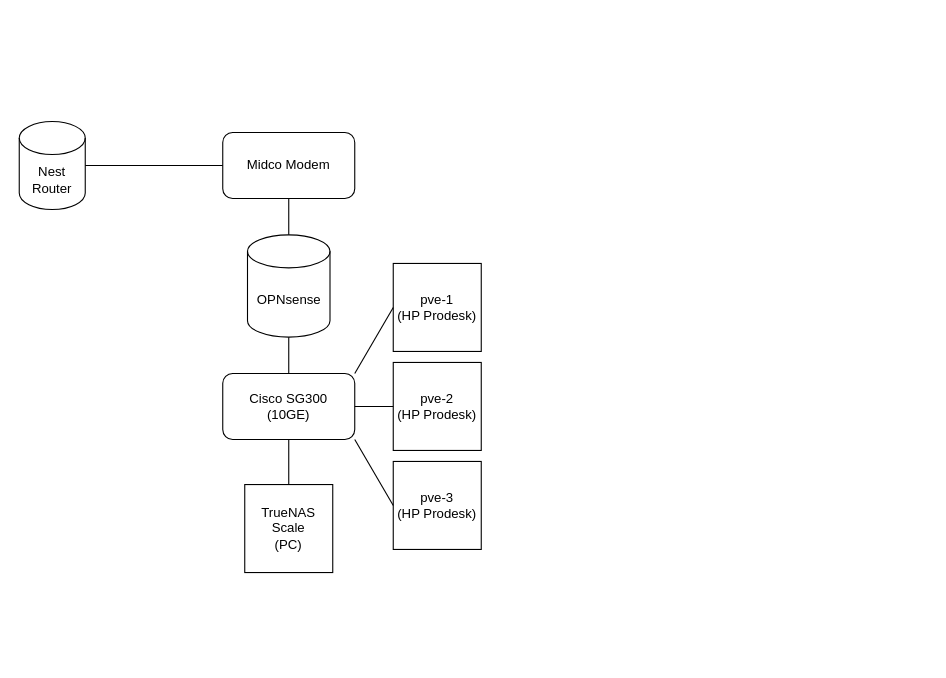
Earlier version of the draw.io diagram Misc/New Lab.drawio (JadenMay/Homelab). Source tidied: cells renumbered, new cells numbered last; positions are measured from the earlier drawing's top-left corner, leaving out a move shared by most shapes. Both pictures are drawn from the tidied source at 110%, with x=0, y=0 at pixel (19, 121).
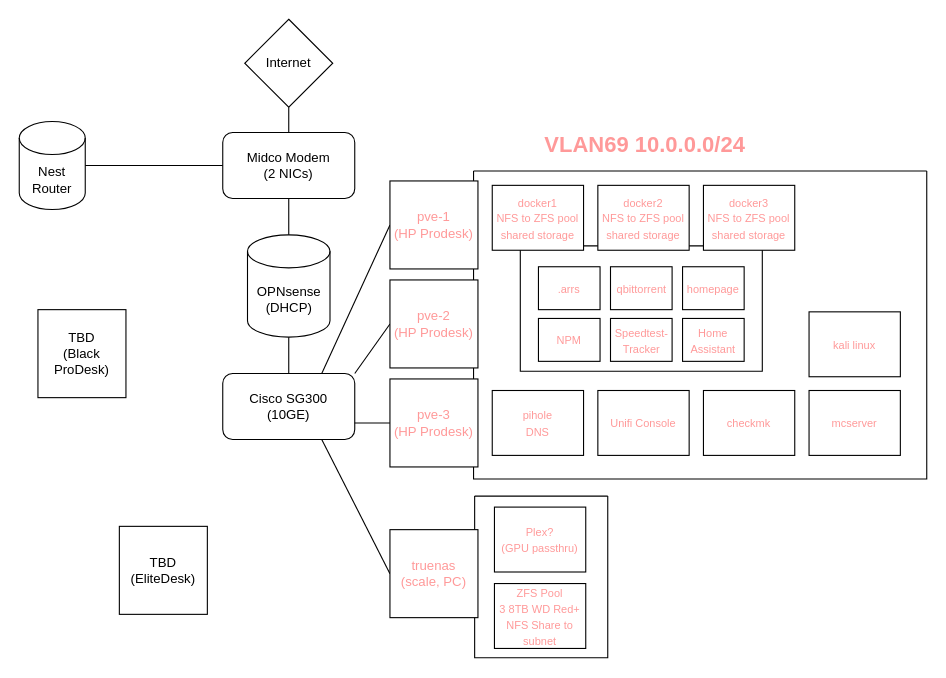
The same page after the edit.

Unchanged cells that the change refers to:
```xml
<mxCell id="6" value="Cisco SG300&lt;div&gt;(10GE)&lt;/div&gt;" style="rounded=1;whiteSpace=wrap;html=1;" parent="1" vertex="1">
  <mxGeometry x="185" y="229" width="120" height="60" as="geometry" />
</mxCell>
```

Diff of the diagram source:
```diff
@@
-    <mxCell id="2" value="OPNsense" style="shape=cylinder3;whiteSpace=wrap;html=1;boundedLbl=1;backgroundOutline=1;size=15;" parent="1" vertex="1">
+    <mxCell id="2" value="OPNsense&lt;div&gt;(DHCP)&lt;/div&gt;" style="shape=cylinder3;whiteSpace=wrap;html=1;boundedLbl=1;backgroundOutline=1;size=15;" parent="1" vertex="1">
       <mxGeometry x="207.5" y="103" width="75" height="93" as="geometry" />
     </mxCell>
-    <mxCell id="3" value="Midco Modem" style="rounded=1;whiteSpace=wrap;html=1;" parent="1" vertex="1">
+    <mxCell id="3" value="Midco Modem&lt;div&gt;(2 NICs)&lt;/div&gt;" style="rounded=1;whiteSpace=wrap;html=1;" parent="1" vertex="1">
       <mxGeometry x="185" y="10" width="120" height="60" as="geometry" />
     </mxCell>
@@
+    <mxCell id="10" style="endArrow=none;html=1;rounded=0;entryX=0.75;entryY=0;entryDx=0;entryDy=0;exitX=0;exitY=0.5;exitDx=0;exitDy=0;" parent="1" edge="1" source="7" target="6">
+      <mxGeometry relative="1" as="geometry" />
+    </mxCell>
+    <mxCell id="11" style="endArrow=none;html=1;rounded=0;entryX=1;entryY=0;entryDx=0;entryDy=0;exitX=0;exitY=0.5;exitDx=0;exitDy=0;" parent="1" edge="1" source="8" target="6">
+      <mxGeometry relative="1" as="geometry" />
+    </mxCell>
+    <mxCell id="14" style="endArrow=none;html=1;rounded=0;entryX=0.75;entryY=1;entryDx=0;entryDy=0;exitX=0;exitY=0.5;exitDx=0;exitDy=0;" parent="1" edge="1" source="13" target="6">
+      <mxGeometry relative="1" as="geometry" />
+    </mxCell>
+    <mxCell id="15" value="Nest Router" style="shape=cylinder3;whiteSpace=wrap;html=1;boundedLbl=1;backgroundOutline=1;size=15;" parent="1" vertex="1">
+      <mxGeometry width="60" height="80" as="geometry" />
+    </mxCell>
+    <mxCell id="16" style="endArrow=none;html=1;rounded=0;entryX=0;entryY=0.5;entryDx=0;entryDy=0;exitX=1;exitY=0.5;exitDx=0;exitDy=0;exitPerimeter=0;" parent="1" edge="1" source="15" target="3">
+      <mxGeometry relative="1" as="geometry" />
+    </mxCell>
+    <mxCell id="17" value="&lt;div&gt;TBD&lt;/div&gt;(EliteDesk)" style="whiteSpace=wrap;html=1;" parent="1" vertex="1">
+      <mxGeometry x="91" y="368" width="80" height="80" as="geometry" />
+    </mxCell>
+    <mxCell id="18" value="&lt;div&gt;TBD&lt;/div&gt;(Black ProDesk)" style="whiteSpace=wrap;html=1;" parent="1" vertex="1">
+      <mxGeometry x="17" y="171" width="80" height="80" as="geometry" />
+    </mxCell>
+    <mxCell id="19" style="endArrow=none;html=1;rounded=0;entryX=0.5;entryY=0;entryDx=0;entryDy=0;exitX=0.5;exitY=1;exitDx=0;exitDy=0;" parent="1" edge="1" source="20" target="3">
+      <mxGeometry relative="1" as="geometry" />
+    </mxCell>
+    <mxCell id="20" value="Internet" style="rhombus;whiteSpace=wrap;html=1;" parent="1" vertex="1">
+      <mxGeometry x="205" y="-93" width="80" height="80" as="geometry" />
+    </mxCell>
+    <mxCell id="21" style="endArrow=none;html=1;rounded=0;entryX=0;entryY=0.5;entryDx=0;entryDy=0;exitX=1;exitY=0.75;exitDx=0;exitDy=0;" parent="1" edge="1" source="6" target="9">
+      <mxGeometry relative="1" as="geometry" />
+    </mxCell>
+    <mxCell id="22" style="group;" parent="1" vertex="1">
+      <mxGeometry x="337" y="-4" width="488" height="491.5" as="geometry" />
+    </mxCell>
+    <mxCell id="23" value="&lt;font style=&quot;font-size: 20px;&quot; color=&quot;#ff9999&quot;&gt;&lt;b&gt;VLAN69 10.0.0.0/24&lt;/b&gt;&lt;/font&gt;" style="text;html=1;align=center;verticalAlign=middle;whiteSpace=wrap;rounded=0;fontSize=14;" parent="22" vertex="1">
+      <mxGeometry x="107" y="9" width="250" height="30" as="geometry" />
+    </mxCell>
+    <mxCell id="24" style="swimlane;startSize=0;fontColor=#FF9999;" parent="22" vertex="1">
+      <mxGeometry x="76" y="49" width="412" height="280" as="geometry" />
+    </mxCell>
-    <mxCell id="7" value="pve-1&lt;div&gt;(HP Prodesk)&lt;/div&gt;" style="whiteSpace=wrap;html=1;" parent="1" vertex="1">
-      <mxGeometry x="340" y="129" width="80" height="80" as="geometry" />
+    <mxCell id="7" value="pve-1&lt;div&gt;(HP Prodesk)&lt;/div&gt;" style="whiteSpace=wrap;html=1;fontColor=#FF9999;" parent="22" vertex="1">
+      <mxGeometry y="58" width="80" height="80" as="geometry" />
     </mxCell>
-    <mxCell id="8" value="pve-2&lt;div&gt;(HP Prodesk)&lt;/div&gt;" style="whiteSpace=wrap;html=1;" parent="1" vertex="1">
-      <mxGeometry x="340" y="219" width="80" height="80" as="geometry" />
+    <mxCell id="8" value="pve-2&lt;div&gt;(HP Prodesk)&lt;/div&gt;" style="whiteSpace=wrap;html=1;fontColor=#FF9999;" parent="22" vertex="1">
+      <mxGeometry y="148" width="80" height="80" as="geometry" />
     </mxCell>
-    <mxCell id="9" value="pve-3&lt;div&gt;(HP Prodesk)&lt;/div&gt;" style="whiteSpace=wrap;html=1;" parent="1" vertex="1">
-      <mxGeometry x="340" y="309" width="80" height="80" as="geometry" />
+    <mxCell id="9" value="pve-3&lt;div&gt;(HP Prodesk)&lt;/div&gt;" style="whiteSpace=wrap;html=1;fontColor=#FF9999;" parent="22" vertex="1">
+      <mxGeometry y="238" width="80" height="80" as="geometry" />
     </mxCell>
-    <mxCell id="10" style="endArrow=none;html=1;rounded=0;entryX=1;entryY=0;entryDx=0;entryDy=0;exitX=0;exitY=0.5;exitDx=0;exitDy=0;" parent="1" edge="1" source="7" target="6">
-      <mxGeometry relative="1" as="geometry" />
-    </mxCell>
-    <mxCell id="11" style="endArrow=none;html=1;rounded=0;entryX=1;entryY=0.5;entryDx=0;entryDy=0;exitX=0;exitY=0.5;exitDx=0;exitDy=0;" parent="1" edge="1" source="8" target="6">
-      <mxGeometry relative="1" as="geometry" />
-    </mxCell>
-    <mxCell id="12" style="endArrow=none;html=1;rounded=0;entryX=1;entryY=1;entryDx=0;entryDy=0;exitX=0;exitY=0.5;exitDx=0;exitDy=0;" parent="1" edge="1" source="9" target="6">
-      <mxGeometry relative="1" as="geometry" />
-    </mxCell>
+    <mxCell id="25" style="swimlane;startSize=0;fontColor=#FF9999;" parent="22" vertex="1">
+      <mxGeometry x="118.5" y="117" width="220" height="114" as="geometry" />
+    </mxCell>
+    <mxCell id="26" value="&lt;span style=&quot;font-size: 10px;&quot;&gt;docker3&lt;/span&gt;&lt;div&gt;&lt;span style=&quot;font-size: 10px;&quot;&gt;NFS to ZFS pool shared storage&lt;/span&gt;&lt;/div&gt;" style="rounded=0;whiteSpace=wrap;html=1;fontColor=#FF9999;" parent="22" vertex="1">
+      <mxGeometry x="285" y="62" width="83" height="59" as="geometry" />
+    </mxCell>
+    <mxCell id="27" value="&lt;span style=&quot;font-size: 10px;&quot;&gt;docker2&lt;/span&gt;&lt;div&gt;&lt;span style=&quot;font-size: 10px;&quot;&gt;NFS to ZFS pool shared storage&lt;/span&gt;&lt;/div&gt;" style="rounded=0;whiteSpace=wrap;html=1;fontColor=#FF9999;" parent="22" vertex="1">
+      <mxGeometry x="189" y="62" width="83" height="59" as="geometry" />
+    </mxCell>
+    <mxCell id="28" value="&lt;span style=&quot;font-size: 10px;&quot;&gt;docker1&lt;/span&gt;&lt;div&gt;&lt;span style=&quot;font-size: 10px;&quot;&gt;NFS to ZFS pool shared storage&lt;/span&gt;&lt;/div&gt;" style="rounded=0;whiteSpace=wrap;html=1;fontColor=#FF9999;" parent="22" vertex="1">
+      <mxGeometry x="93" y="62" width="83" height="59" as="geometry" />
+    </mxCell>
+    <mxCell id="29" value="&lt;span style=&quot;font-size: 10px;&quot;&gt;.arrs&lt;/span&gt;" style="rounded=0;whiteSpace=wrap;html=1;fontColor=#FF9999;" parent="22" vertex="1">
+      <mxGeometry x="135" y="136" width="56" height="39" as="geometry" />
+    </mxCell>
+    <mxCell id="30" value="&lt;span style=&quot;font-size: 10px;&quot;&gt;qbittorrent&lt;/span&gt;" style="rounded=0;whiteSpace=wrap;html=1;fontColor=#FF9999;" parent="22" vertex="1">
+      <mxGeometry x="200.5" y="136" width="56" height="39" as="geometry" />
+    </mxCell>
+    <mxCell id="31" value="&lt;span style=&quot;font-size: 10px;&quot;&gt;homepage&lt;/span&gt;" style="rounded=0;whiteSpace=wrap;html=1;fontColor=#FF9999;" parent="22" vertex="1">
+      <mxGeometry x="266" y="136" width="56" height="39" as="geometry" />
+    </mxCell>
+    <mxCell id="32" value="&lt;span style=&quot;font-size: 10px;&quot;&gt;NPM&lt;/span&gt;" style="rounded=0;whiteSpace=wrap;html=1;fontColor=#FF9999;" parent="22" vertex="1">
+      <mxGeometry x="135" y="183" width="56" height="39" as="geometry" />
+    </mxCell>
+    <mxCell id="33" value="&lt;span style=&quot;font-size: 10px;&quot;&gt;Speedtest-Tracker&lt;/span&gt;" style="rounded=0;whiteSpace=wrap;html=1;fontColor=#FF9999;" parent="22" vertex="1">
+      <mxGeometry x="200.5" y="183" width="56" height="39" as="geometry" />
+    </mxCell>
+    <mxCell id="34" value="&lt;span style=&quot;font-size: 10px;&quot;&gt;Home Assistant&lt;/span&gt;" style="rounded=0;whiteSpace=wrap;html=1;fontColor=#FF9999;" parent="22" vertex="1">
+      <mxGeometry x="266" y="183" width="56" height="39" as="geometry" />
+    </mxCell>
+    <mxCell id="35" value="&lt;span style=&quot;font-size: 10px;&quot;&gt;pihole&lt;/span&gt;&lt;div&gt;&lt;span style=&quot;font-size: 10px;&quot;&gt;DNS&lt;/span&gt;&lt;/div&gt;" style="rounded=0;whiteSpace=wrap;html=1;fontColor=#FF9999;" parent="22" vertex="1">
+      <mxGeometry x="93" y="248.5" width="83" height="59" as="geometry" />
+    </mxCell>
+    <mxCell id="36" value="&lt;span style=&quot;font-size: 10px;&quot;&gt;Unifi Console&lt;/span&gt;" style="rounded=0;whiteSpace=wrap;html=1;fontColor=#FF9999;" parent="22" vertex="1">
+      <mxGeometry x="189" y="248.5" width="83" height="59" as="geometry" />
+    </mxCell>
+    <mxCell id="37" value="&lt;span style=&quot;font-size: 10px;&quot;&gt;checkmk&lt;/span&gt;" style="rounded=0;whiteSpace=wrap;html=1;fontColor=#FF9999;" parent="22" vertex="1">
+      <mxGeometry x="285" y="248.5" width="83" height="59" as="geometry" />
+    </mxCell>
+    <mxCell id="38" value="&lt;span style=&quot;font-size: 10px;&quot;&gt;mcserver&lt;/span&gt;" style="rounded=0;whiteSpace=wrap;html=1;fontColor=#FF9999;" parent="22" vertex="1">
+      <mxGeometry x="381" y="248.5" width="83" height="59" as="geometry" />
+    </mxCell>
+    <mxCell id="39" value="&lt;span style=&quot;font-size: 10px;&quot;&gt;kali linux&lt;/span&gt;" style="rounded=0;whiteSpace=wrap;html=1;fontColor=#FF9999;" parent="22" vertex="1">
+      <mxGeometry x="381" y="177" width="83" height="59" as="geometry" />
+    </mxCell>
+    <mxCell id="40" style="swimlane;startSize=0;fontColor=#FF9999;" parent="22" vertex="1">
+      <mxGeometry x="77" y="344.5" width="121" height="147" as="geometry" />
+    </mxCell>
-    <mxCell id="13" value="TrueNAS Scale&lt;div&gt;(PC)&lt;/div&gt;" style="whiteSpace=wrap;html=1;" parent="1" vertex="1">
-      <mxGeometry x="205" y="330" width="80" height="80" as="geometry" />
+    <mxCell id="13" value="truenas&lt;div&gt;(scale, PC)&lt;/div&gt;" style="whiteSpace=wrap;html=1;fontColor=#FF9999;" parent="22" vertex="1">
+      <mxGeometry y="375" width="80" height="80" as="geometry" />
     </mxCell>
-    <mxCell id="14" style="endArrow=none;html=1;rounded=0;entryX=0.5;entryY=1;entryDx=0;entryDy=0;exitX=0.5;exitY=0;exitDx=0;exitDy=0;" parent="1" edge="1" source="13" target="6">
-      <mxGeometry relative="1" as="geometry" />
-    </mxCell>
-    <mxCell id="15" value="Nest Router" style="shape=cylinder3;whiteSpace=wrap;html=1;boundedLbl=1;backgroundOutline=1;size=15;" parent="1" vertex="1">
-      <mxGeometry width="60" height="80" as="geometry" />
-    </mxCell>
-    <mxCell id="16" style="endArrow=none;html=1;rounded=0;entryX=0;entryY=0.5;entryDx=0;entryDy=0;exitX=1;exitY=0.5;exitDx=0;exitDy=0;exitPerimeter=0;" parent="1" edge="1" source="15" target="3">
-      <mxGeometry relative="1" as="geometry" />
-    </mxCell>
+    <mxCell id="41" value="&lt;span style=&quot;font-size: 10px;&quot;&gt;Plex?&lt;/span&gt;&lt;div&gt;&lt;span style=&quot;font-size: 10px;&quot;&gt;(GPU passthru)&lt;/span&gt;&lt;/div&gt;" style="rounded=0;whiteSpace=wrap;html=1;fontColor=#FF9999;" parent="22" vertex="1">
+      <mxGeometry x="95" y="354.5" width="83" height="59" as="geometry" />
+    </mxCell>
+    <mxCell id="42" value="&lt;font style=&quot;font-size: 10px;&quot;&gt;ZFS Pool&lt;/font&gt;&lt;div&gt;&lt;span style=&quot;font-size: 10px;&quot;&gt;3 8TB WD Red+&lt;/span&gt;&lt;/div&gt;&lt;div&gt;&lt;span style=&quot;font-size: 10px;&quot;&gt;NFS Share to subnet&lt;/span&gt;&lt;/div&gt;" style="rounded=0;whiteSpace=wrap;html=1;fontColor=#FF9999;" parent="22" vertex="1">
+      <mxGeometry x="95" y="424" width="83" height="59" as="geometry" />
+    </mxCell>
```
